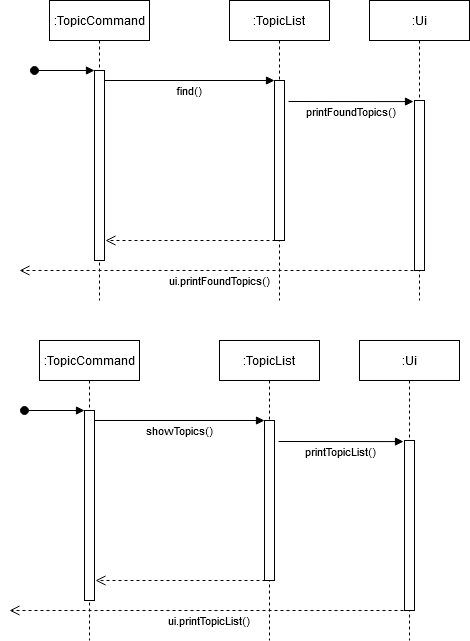
The draw.io diagram docs/images/TopicListSampleSequence.png in nus-cs2113-AY2021S1/tp, before a commit. Source tidied: cells renumbered, new cells last; positions are measured from the earlier drawing's top-left corner, leaving out a move shared by most shapes.
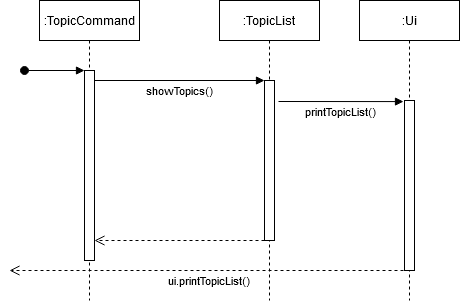
The same diagram one commit later.

Change to the diagram source:
```diff
@@ -2,45 +2,6 @@
   <root>
     <mxCell id="0" />
     <mxCell id="1" parent="0" />
-    <mxCell id="2" value=":TopicCommand" style="shape=umlLifeline;perimeter=lifelinePerimeter;rounded=0;shadow=0;strokeWidth=1;" parent="1" vertex="1">
-      <mxGeometry x="40" width="100" height="300" as="geometry" />
-    </mxCell>
-    <mxCell id="3" style="points=[];perimeter=orthogonalPerimeter;rounded=0;shadow=0;strokeWidth=1;" parent="2" vertex="1">
-      <mxGeometry x="45" y="70" width="10" height="190" as="geometry" />
-    </mxCell>
-    <mxCell id="4" style="verticalAlign=bottom;startArrow=oval;endArrow=block;startSize=8;shadow=0;strokeWidth=1;" parent="2" edge="1" target="3">
-      <mxGeometry x="-1" y="-119" relative="1" as="geometry">
-        <mxPoint x="-15" y="70" as="sourcePoint" />
-        <mxPoint x="-45" y="-9" as="offset" />
-      </mxGeometry>
-    </mxCell>
-    <mxCell id="5" value=":TopicList" style="shape=umlLifeline;perimeter=lifelinePerimeter;rounded=0;shadow=0;strokeWidth=1;" parent="1" vertex="1">
-      <mxGeometry x="220" width="100" height="300" as="geometry" />
-    </mxCell>
-    <mxCell id="6" style="points=[];perimeter=orthogonalPerimeter;rounded=0;shadow=0;strokeWidth=1;" parent="5" vertex="1">
-      <mxGeometry x="45" y="80" width="10" height="160" as="geometry" />
-    </mxCell>
-    <mxCell id="7" value="printFoundTopics()" style="verticalAlign=bottom;endArrow=block;entryX=0.45;entryY=0.337;shadow=0;strokeWidth=1;entryDx=0;entryDy=0;entryPerimeter=0;" parent="5" edge="1">
-      <mxGeometry y="-20" relative="1" as="geometry">
-        <mxPoint x="59" y="101" as="sourcePoint" />
-        <mxPoint x="184" y="101.1" as="targetPoint" />
-      </mxGeometry>
-    </mxCell>
-    <mxCell id="8" value="find()" style="verticalAlign=bottom;endArrow=block;entryX=0;entryY=0;shadow=0;strokeWidth=1;" parent="1" edge="1" source="3" target="6">
-      <mxGeometry y="-20" relative="1" as="geometry" />
-    </mxCell>
-    <mxCell id="9" value=":Ui" style="shape=umlLifeline;perimeter=lifelinePerimeter;rounded=0;shadow=0;strokeWidth=1;" parent="1" vertex="1">
-      <mxGeometry x="360" width="100" height="300" as="geometry" />
-    </mxCell>
-    <mxCell id="10" style="perimeter=orthogonalPerimeter;rounded=0;shadow=0;strokeWidth=1;" parent="9" vertex="1">
-      <mxGeometry x="45" y="100" width="10" height="170" as="geometry" />
-    </mxCell>
-    <mxCell id="11" value="ui.printFoundTopics()" style="verticalAlign=bottom;endArrow=open;dashed=1;endSize=8;exitX=0;exitY=0.95;shadow=0;strokeWidth=1;" parent="1" edge="1">
-      <mxGeometry y="20" relative="1" as="geometry">
-        <mxPoint x="410" y="270" as="sourcePoint" />
-        <mxPoint x="10" y="270" as="targetPoint" />
-      </mxGeometry>
-    </mxCell>
     <mxCell id="12" value=":TopicCommand" style="shape=umlLifeline;perimeter=lifelinePerimeter;rounded=0;shadow=0;strokeWidth=1;" parent="1" vertex="1">
       <mxGeometry x="30" y="340" width="100" height="300" as="geometry" />
     </mxCell>
@@ -53,6 +14,12 @@
         <mxPoint x="-45" y="-9" as="offset" />
       </mxGeometry>
     </mxCell>
+    <mxCell id="24" style="verticalAlign=bottom;endArrow=open;dashed=1;endSize=8;shadow=0;strokeWidth=1;" parent="12" edge="1">
+      <mxGeometry y="20" relative="1" as="geometry">
+        <mxPoint x="225" y="240" as="sourcePoint" />
+        <mxPoint x="55" y="240" as="targetPoint" />
+      </mxGeometry>
+    </mxCell>
     <mxCell id="15" value=":TopicList" style="shape=umlLifeline;perimeter=lifelinePerimeter;rounded=0;shadow=0;strokeWidth=1;" parent="1" vertex="1">
       <mxGeometry x="210" y="340" width="100" height="300" as="geometry" />
     </mxCell>
@@ -80,17 +47,5 @@
         <mxPoint y="610" as="targetPoint" />
       </mxGeometry>
     </mxCell>
-    <mxCell id="22" style="verticalAlign=bottom;endArrow=open;dashed=1;endSize=8;shadow=0;strokeWidth=1;" parent="1" edge="1">
-      <mxGeometry y="20" relative="1" as="geometry">
-        <mxPoint x="266" y="240" as="sourcePoint" />
-        <mxPoint x="96" y="240" as="targetPoint" />
-      </mxGeometry>
-    </mxCell>
-    <mxCell id="23" style="verticalAlign=bottom;endArrow=open;dashed=1;endSize=8;shadow=0;strokeWidth=1;" parent="1" edge="1">
-      <mxGeometry y="20" relative="1" as="geometry">
-        <mxPoint x="256" y="580" as="sourcePoint" />
-        <mxPoint x="86" y="580" as="targetPoint" />
-      </mxGeometry>
-    </mxCell>
   </root>
 </mxGraphModel>
```
